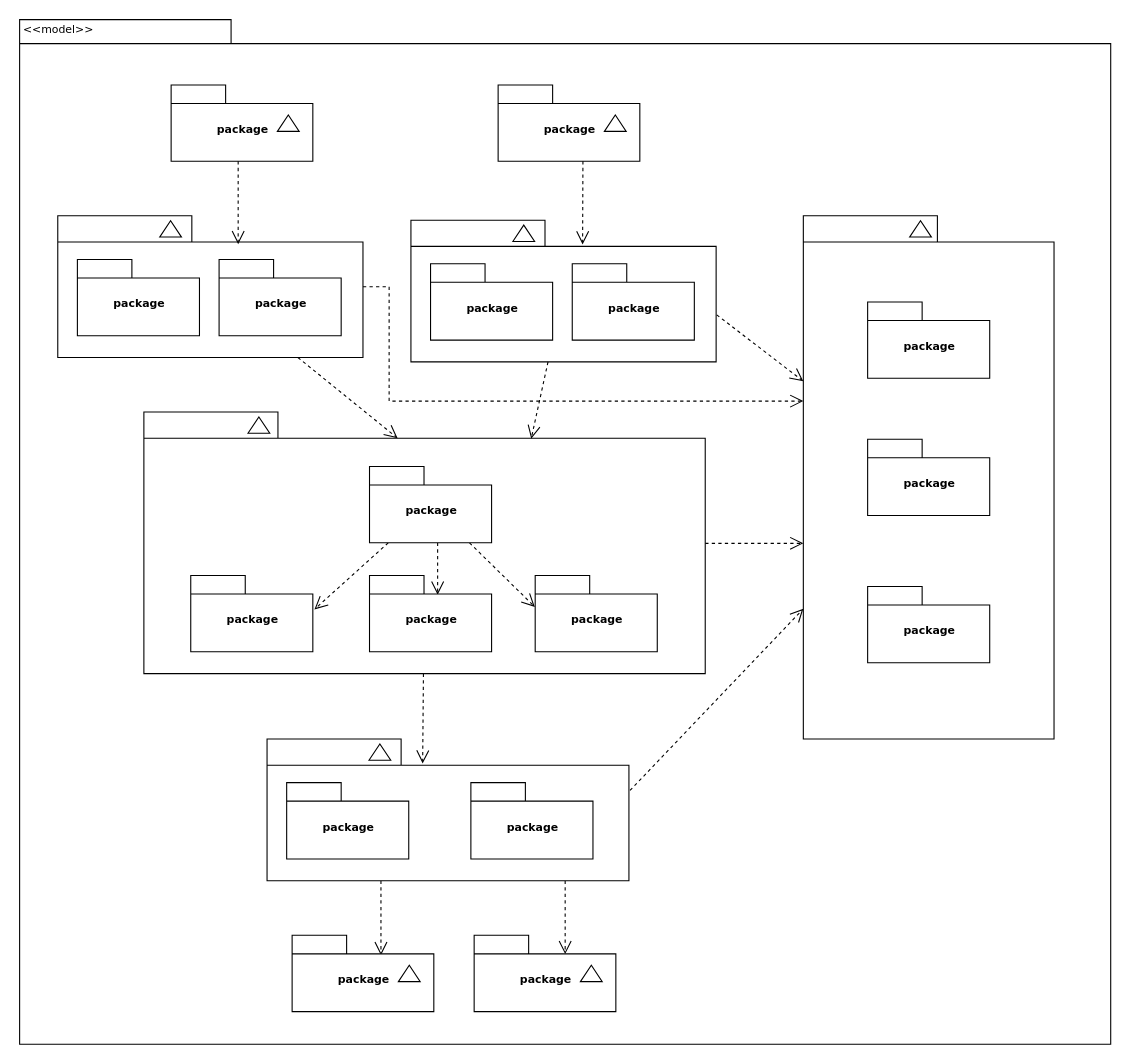
Before: Untitled Diagram.drawio in 527435692/test1, a draw.io diagram. Source tidied: cells renumbered, new cells numbered last; positions are measured from the earlier drawing's top-left corner, leaving out a move shared by most shapes. Both pictures are drawn from the tidied source at 109%, with x=0, y=0 at pixel (19, 19).
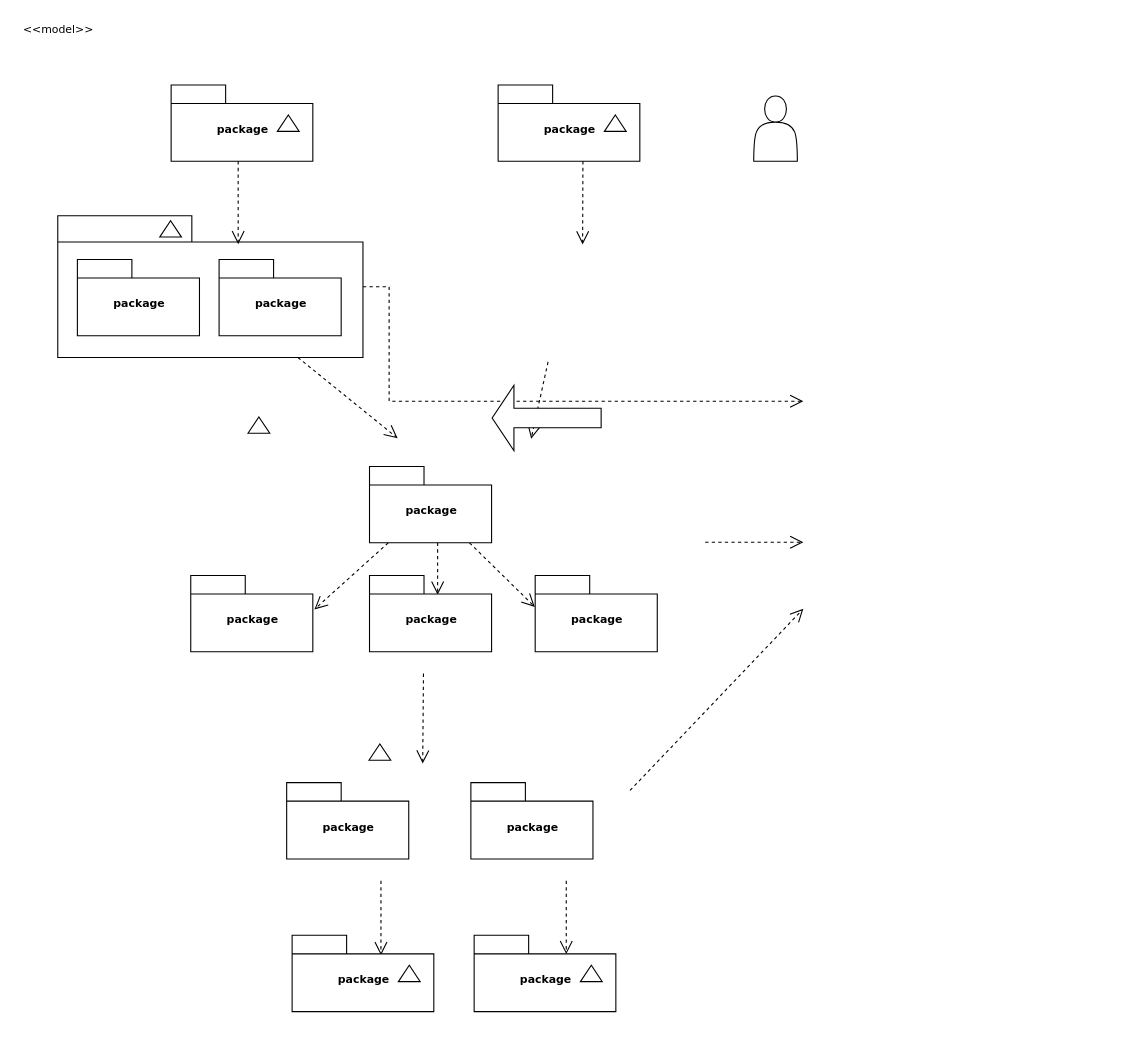
Above is the later version.

Unchanged cells that the change refers to:
```xml
<mxCell id="10" style="shape=folder;fontStyle=1;spacingTop=10;tabWidth=123;tabHeight=24;tabPosition=left;html=1;rounded=0;shadow=0;comic=0;labelBackgroundColor=none;strokeWidth=1;fontFamily=Verdana;fontSize=10;align=center;" parent="9" vertex="1">
  <mxGeometry width="280" height="130" as="geometry" />
</mxCell>
<mxCell id="45" value="package" style="shape=folder;fontStyle=1;spacingTop=10;tabWidth=50;tabHeight=17;tabPosition=left;html=1;rounded=0;shadow=0;comic=0;labelBackgroundColor=none;strokeWidth=1;fontFamily=Verdana;fontSize=10;align=center;" parent="44" vertex="1">
  <mxGeometry width="130" height="70" as="geometry" />
</mxCell>
<mxCell id="48" value="package" style="shape=folder;fontStyle=1;spacingTop=10;tabWidth=50;tabHeight=17;tabPosition=left;html=1;rounded=0;shadow=0;comic=0;labelBackgroundColor=none;strokeWidth=1;fontFamily=Verdana;fontSize=10;align=center;" parent="47" vertex="1">
  <mxGeometry width="130" height="70" as="geometry" />
</mxCell>
```

The edit, as a diff of the source:
```diff
@@
-    <mxCell id="2" style="shape=folder;fontStyle=1;spacingTop=10;tabWidth=194;tabHeight=22;tabPosition=left;html=1;rounded=0;shadow=0;comic=0;labelBackgroundColor=none;strokeWidth=1;fillColor=none;fontFamily=Verdana;fontSize=10;align=center;" parent="1" vertex="1">
-      <mxGeometry x="0.5" y="0.5" width="1001" height="940" as="geometry" />
-    </mxCell>
@@
-    <mxCell id="14" style="group;" parent="1" vertex="1">
-      <mxGeometry x="359.5" y="184.5" width="280" height="130" as="geometry" />
-    </mxCell>
-    <mxCell id="15" style="shape=folder;fontStyle=1;spacingTop=10;tabWidth=123;tabHeight=24;tabPosition=left;html=1;rounded=0;shadow=0;comic=0;labelBackgroundColor=none;strokeWidth=1;fontFamily=Verdana;fontSize=10;align=center;" parent="14" vertex="1">
-      <mxGeometry width="280" height="130" as="geometry" />
-    </mxCell>
-    <mxCell id="16" style="triangle;whiteSpace=wrap;html=1;rounded=0;shadow=0;comic=0;labelBackgroundColor=none;strokeWidth=1;fontFamily=Verdana;fontSize=10;align=center;rotation=-90;" parent="14" vertex="1">
-      <mxGeometry x="96" y="2" width="15" height="20" as="geometry" />
-    </mxCell>
-    <mxCell id="17" value="package" style="shape=folder;fontStyle=1;spacingTop=10;tabWidth=50;tabHeight=17;tabPosition=left;html=1;rounded=0;shadow=0;comic=0;labelBackgroundColor=none;strokeWidth=1;fontFamily=Verdana;fontSize=10;align=center;" parent="14" vertex="1">
-      <mxGeometry x="18" y="40" width="112" height="70" as="geometry" />
-    </mxCell>
-    <mxCell id="18" value="package" style="shape=folder;fontStyle=1;spacingTop=10;tabWidth=50;tabHeight=17;tabPosition=left;html=1;rounded=0;shadow=0;comic=0;labelBackgroundColor=none;strokeWidth=1;fontFamily=Verdana;fontSize=10;align=center;" parent="14" vertex="1">
-      <mxGeometry x="148" y="40" width="112" height="70" as="geometry" />
-    </mxCell>
-    <mxCell id="19" style="group;" parent="1" vertex="1">
-      <mxGeometry x="719.5" y="180.5" width="230" height="480" as="geometry" />
-    </mxCell>
-    <mxCell id="20" style="group;" parent="19" vertex="1">
-      <mxGeometry width="230" height="480" as="geometry" />
-    </mxCell>
-    <mxCell id="21" style="shape=folder;fontStyle=1;spacingTop=10;tabWidth=123;tabHeight=24;tabPosition=left;html=1;rounded=0;shadow=0;comic=0;labelBackgroundColor=none;strokeWidth=1;fontFamily=Verdana;fontSize=10;align=center;" parent="20" vertex="1">
-      <mxGeometry width="230" height="480" as="geometry" />
-    </mxCell>
-    <mxCell id="22" style="triangle;whiteSpace=wrap;html=1;rounded=0;shadow=0;comic=0;labelBackgroundColor=none;strokeWidth=1;fontFamily=Verdana;fontSize=10;align=center;rotation=-90;" parent="20" vertex="1">
-      <mxGeometry x="100" y="2" width="15" height="20" as="geometry" />
-    </mxCell>
-    <mxCell id="23" value="package" style="shape=folder;fontStyle=1;spacingTop=10;tabWidth=50;tabHeight=17;tabPosition=left;html=1;rounded=0;shadow=0;comic=0;labelBackgroundColor=none;strokeWidth=1;fontFamily=Verdana;fontSize=10;align=center;" parent="20" vertex="1">
-      <mxGeometry x="59" y="79" width="112" height="70" as="geometry" />
-    </mxCell>
-    <mxCell id="24" value="package" style="shape=folder;fontStyle=1;spacingTop=10;tabWidth=50;tabHeight=17;tabPosition=left;html=1;rounded=0;shadow=0;comic=0;labelBackgroundColor=none;strokeWidth=1;fontFamily=Verdana;fontSize=10;align=center;" parent="20" vertex="1">
-      <mxGeometry x="59" y="205" width="112" height="70" as="geometry" />
-    </mxCell>
-    <mxCell id="25" value="package" style="shape=folder;fontStyle=1;spacingTop=10;tabWidth=50;tabHeight=17;tabPosition=left;html=1;rounded=0;shadow=0;comic=0;labelBackgroundColor=none;strokeWidth=1;fontFamily=Verdana;fontSize=10;align=center;" parent="20" vertex="1">
-      <mxGeometry x="59" y="340" width="112" height="70" as="geometry" />
-    </mxCell>
-    <mxCell id="26" style="edgeStyle=none;rounded=0;html=1;entryX=0.43;entryY=0.173;entryPerimeter=0;dashed=1;labelBackgroundColor=none;startFill=0;endArrow=open;endFill=0;endSize=10;fontFamily=Verdana;fontSize=10;" parent="1" edge="1" source="28" target="39">
-      <mxGeometry relative="1" as="geometry" />
+    <mxCell id="26" style="edgeStyle=none;rounded=0;html=1;entryX=0.43;entryY=0.173;entryPerimeter=0;dashed=1;labelBackgroundColor=none;startFill=0;endArrow=open;endFill=0;endSize=10;fontFamily=Verdana;fontSize=10;" parent="1" edge="1">
+      <mxGeometry relative="1" as="geometry">
+        <mxPoint x="371" y="600.5" as="sourcePoint" />
+        <mxPoint x="370.3" y="683" as="targetPoint" />
+      </mxGeometry>
     </mxCell>
-    <mxCell id="27" style="edgeStyle=elbowEdgeStyle;rounded=0;html=1;dashed=1;labelBackgroundColor=none;startFill=0;endArrow=open;endFill=0;endSize=10;fontFamily=Verdana;fontSize=10;elbow=vertical;" parent="1" edge="1" source="28" target="21">
-      <mxGeometry relative="1" as="geometry" />
+    <mxCell id="27" style="edgeStyle=elbowEdgeStyle;rounded=0;html=1;dashed=1;labelBackgroundColor=none;startFill=0;endArrow=open;endFill=0;endSize=10;fontFamily=Verdana;fontSize=10;elbow=vertical;" parent="1" edge="1">
+      <mxGeometry relative="1" as="geometry">
+        <mxPoint x="629.5" y="480" as="sourcePoint" />
+        <mxPoint x="719.5" y="480" as="targetPoint" />
+      </mxGeometry>
     </mxCell>
-    <mxCell id="28" style="shape=folder;fontStyle=1;spacingTop=10;tabWidth=123;tabHeight=24;tabPosition=left;html=1;rounded=0;shadow=0;comic=0;labelBackgroundColor=none;strokeColor=#000000;strokeWidth=1;fillColor=#ffffff;fontFamily=Verdana;fontSize=10;fontColor=#000000;align=center;" parent="1" vertex="1">
-      <mxGeometry x="114.5" y="360.5" width="515" height="240" as="geometry" />
-    </mxCell>
@@
-    <mxCell id="36" style="edgeStyle=elbowEdgeStyle;rounded=0;html=1;entryX=0.628;entryY=0.26;entryPerimeter=0;dashed=1;labelBackgroundColor=none;startFill=0;endArrow=open;endFill=0;endSize=10;fontFamily=Verdana;fontSize=10;" parent="1" edge="1" source="39" target="45">
-      <mxGeometry relative="1" as="geometry" />
+    <mxCell id="36" style="edgeStyle=elbowEdgeStyle;rounded=0;html=1;entryX=0.628;entryY=0.26;entryPerimeter=0;dashed=1;labelBackgroundColor=none;startFill=0;endArrow=open;endFill=0;endSize=10;fontFamily=Verdana;fontSize=10;" parent="1" edge="1" target="45">
+      <mxGeometry relative="1" as="geometry">
+        <mxPoint x="332" y="790.5" as="sourcePoint" />
+      </mxGeometry>
     </mxCell>
-    <mxCell id="37" style="edgeStyle=elbowEdgeStyle;rounded=0;html=1;entryX=0.643;entryY=0.246;entryPerimeter=0;dashed=1;labelBackgroundColor=none;startFill=0;endArrow=open;endFill=0;endSize=10;fontFamily=Verdana;fontSize=10;" parent="1" edge="1" source="39" target="48">
-      <mxGeometry relative="1" as="geometry" />
+    <mxCell id="37" style="edgeStyle=elbowEdgeStyle;rounded=0;html=1;entryX=0.643;entryY=0.246;entryPerimeter=0;dashed=1;labelBackgroundColor=none;startFill=0;endArrow=open;endFill=0;endSize=10;fontFamily=Verdana;fontSize=10;" parent="1" edge="1" target="48">
+      <mxGeometry relative="1" as="geometry">
+        <mxPoint x="502" y="790.5" as="sourcePoint" />
+      </mxGeometry>
     </mxCell>
-    <mxCell id="38" style="edgeStyle=none;rounded=0;html=1;dashed=1;labelBackgroundColor=none;startFill=0;endArrow=open;endFill=0;endSize=10;fontFamily=Verdana;fontSize=10;exitX=1.003;exitY=0.363;exitPerimeter=0;" parent="1" edge="1" source="39" target="21">
-      <mxGeometry relative="1" as="geometry" />
+    <mxCell id="38" style="edgeStyle=none;rounded=0;html=1;dashed=1;labelBackgroundColor=none;startFill=0;endArrow=open;endFill=0;endSize=10;fontFamily=Verdana;fontSize=10;exitX=1.003;exitY=0.363;exitPerimeter=0;" parent="1" edge="1">
+      <mxGeometry relative="1" as="geometry">
+        <mxPoint x="560.5" y="707.7" as="sourcePoint" />
+        <mxPoint x="719.5" y="541" as="targetPoint" />
+      </mxGeometry>
     </mxCell>
-    <mxCell id="39" style="shape=folder;fontStyle=1;spacingTop=10;tabWidth=123;tabHeight=24;tabPosition=left;html=1;rounded=0;shadow=0;comic=0;labelBackgroundColor=none;strokeWidth=1;fontFamily=Verdana;fontSize=10;align=center;" parent="1" vertex="1">
-      <mxGeometry x="227.5" y="660.5" width="332" height="130" as="geometry" />
-    </mxCell>
@@
-    <mxCell id="52" style="rounded=0;html=1;entryX=0.452;entryY=0.1;entryPerimeter=0;dashed=1;labelBackgroundColor=none;startFill=0;endArrow=open;endFill=0;endSize=10;fontFamily=Verdana;fontSize=10;" parent="1" edge="1" source="10" target="28">
-      <mxGeometry relative="1" as="geometry" />
+    <mxCell id="52" style="rounded=0;html=1;entryX=0.452;entryY=0.1;entryPerimeter=0;dashed=1;labelBackgroundColor=none;startFill=0;endArrow=open;endFill=0;endSize=10;fontFamily=Verdana;fontSize=10;" parent="1" edge="1" source="10">
+      <mxGeometry relative="1" as="geometry">
+        <mxPoint x="347.3" y="384.5" as="targetPoint" />
+      </mxGeometry>
     </mxCell>
-    <mxCell id="53" style="edgeStyle=none;rounded=0;html=1;entryX=0.69;entryY=0.102;entryPerimeter=0;dashed=1;labelBackgroundColor=none;startFill=0;endArrow=open;endFill=0;endSize=10;fontFamily=Verdana;fontSize=10;" parent="1" edge="1" source="15" target="28">
-      <mxGeometry relative="1" as="geometry" />
+    <mxCell id="53" style="edgeStyle=none;rounded=0;html=1;entryX=0.69;entryY=0.102;entryPerimeter=0;dashed=1;labelBackgroundColor=none;startFill=0;endArrow=open;endFill=0;endSize=10;fontFamily=Verdana;fontSize=10;" parent="1" edge="1">
+      <mxGeometry relative="1" as="geometry">
+        <mxPoint x="485.3" y="314.5" as="sourcePoint" />
+        <mxPoint x="469.8" y="385" as="targetPoint" />
+      </mxGeometry>
     </mxCell>
-    <mxCell id="54" style="edgeStyle=none;rounded=0;html=1;dashed=1;labelBackgroundColor=none;startFill=0;endArrow=open;endFill=0;endSize=10;fontFamily=Verdana;fontSize=10;exitX=1.002;exitY=0.668;exitPerimeter=0;" parent="1" edge="1" source="15" target="21">
-      <mxGeometry relative="1" as="geometry" />
-    </mxCell>
-    <mxCell id="55" style="edgeStyle=orthogonalEdgeStyle;rounded=0;html=1;dashed=1;labelBackgroundColor=none;startFill=0;endArrow=open;endFill=0;endSize=10;fontFamily=Verdana;fontSize=10;" parent="1" edge="1" source="10" target="21">
+    <mxCell id="55" style="edgeStyle=orthogonalEdgeStyle;rounded=0;html=1;dashed=1;labelBackgroundColor=none;startFill=0;endArrow=open;endFill=0;endSize=10;fontFamily=Verdana;fontSize=10;" parent="1" edge="1" source="10">
       <mxGeometry relative="1" as="geometry">
+        <mxPoint x="719.5" y="350.6" as="targetPoint" />
         <Array as="points">
           <mxPoint x="339.5" y="245.5" />
           <mxPoint x="339.5" y="350.5" />
         </Array>
       </mxGeometry>
     </mxCell>
@@
+    <mxCell id="57" style="shape=singleArrow;direction=west;whiteSpace=wrap;html=1;" parent="1" vertex="1">
+      <mxGeometry x="434" y="336" width="100" height="60" as="geometry" />
+    </mxCell>
+    <mxCell id="58" style="shape=actor;whiteSpace=wrap;html=1;" parent="1" vertex="1">
+      <mxGeometry x="674" y="70.5" width="40" height="60" as="geometry" />
+    </mxCell>
```
